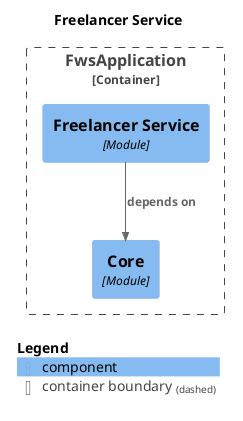
Before: docs/modules/module-freelancer.png, a diagram exported from PlantUML (krloxz/fws-application).
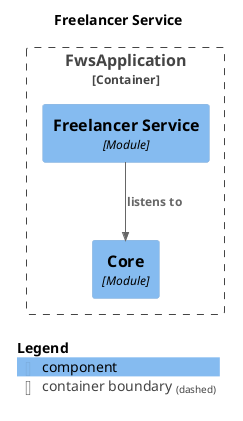
After the change.

The edit, as a diff of the source:
```diff
@@ -13,7 +13,7 @@
   Component(FwsApplication.FwsApplication.FreelancerService, "Freelancer Service", $techn="Module", $descr="", $tags="", $link="")
 }
 
-Rel(FwsApplication.FwsApplication.FreelancerService, FwsApplication.FwsApplication.Core, "depends on", $techn="", $tags="", $link="")
+Rel(FwsApplication.FwsApplication.FreelancerService, FwsApplication.FwsApplication.Core, "listens to", $techn="", $tags="", $link="")
 
 SHOW_LEGEND(true)
 @enduml
```
